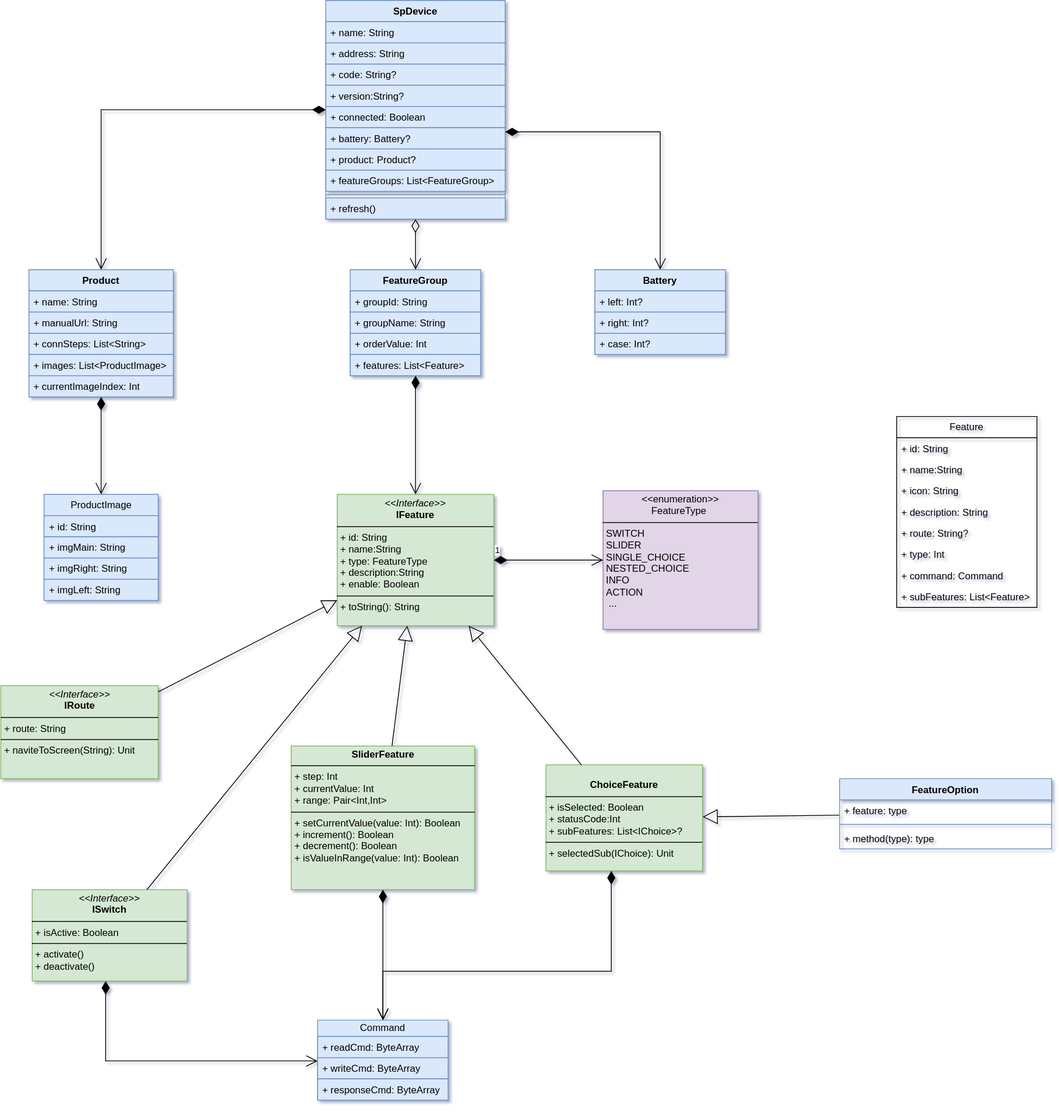
This is sp-device.drawio.svg from kekemao00/draw-libs, a draw.io export, as it was before one commit. Source tidied: cells renumbered, new cells last; positions are measured from the earlier drawing's top-left corner, leaving out a move shared by most shapes.
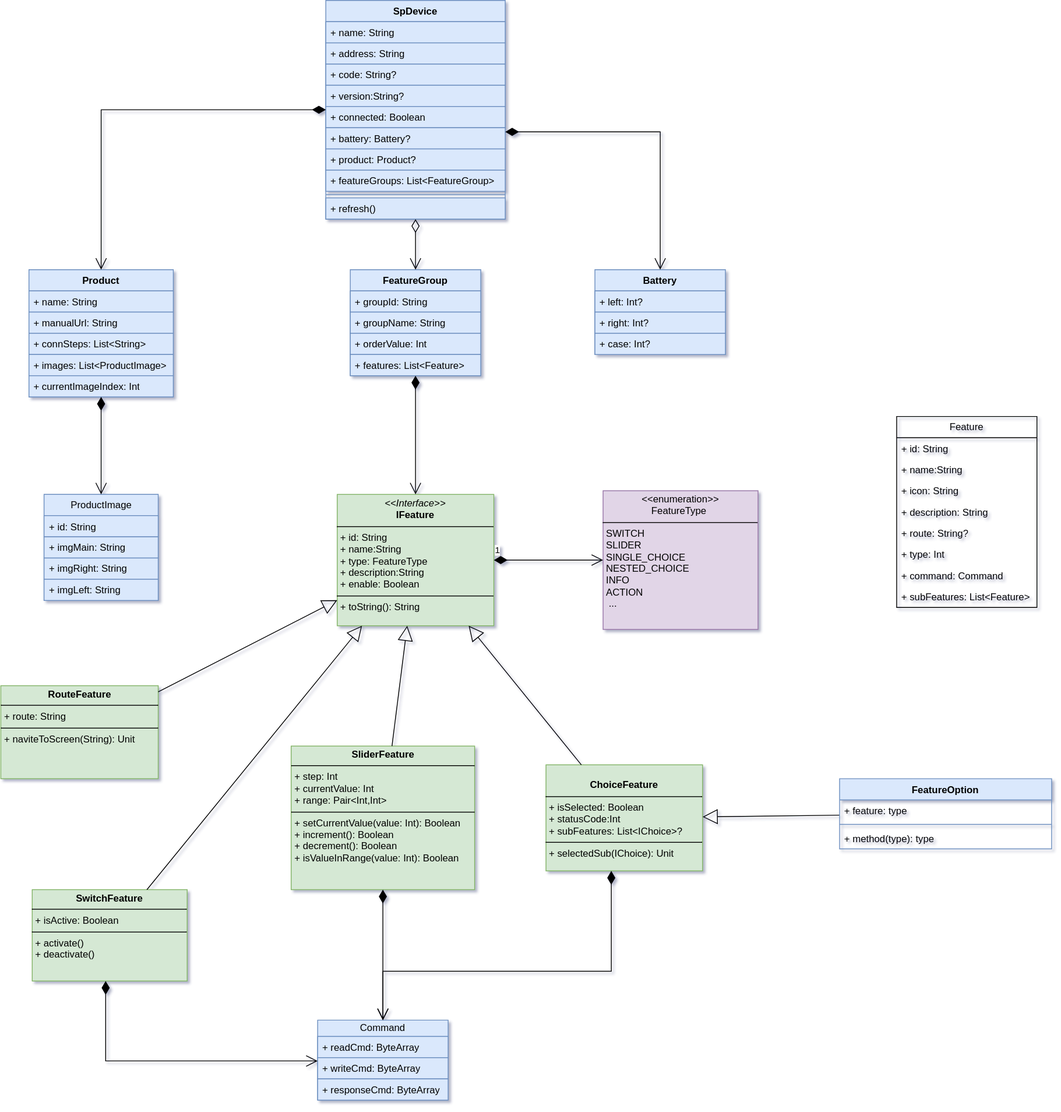
After the change.

What changed in the source:
```diff
@@ -137,13 +137,13 @@
     <mxCell id="46" value="&lt;p style=&quot;margin:0px;margin-top:4px;text-align:center;&quot;&gt;&lt;i&gt;&amp;lt;&amp;lt;Interface&amp;gt;&amp;gt;&lt;/i&gt;&lt;br&gt;&lt;b&gt;IFeature&lt;/b&gt;&lt;/p&gt;&lt;hr size=&quot;1&quot; style=&quot;border-style:solid;&quot;&gt;&lt;p style=&quot;margin:0px;margin-left:4px;&quot;&gt;+ id: String&lt;br&gt;+ name:String&lt;br&gt;+ type:&amp;nbsp;&lt;span style=&quot;text-align: center;&quot;&gt;FeatureType&amp;nbsp;&lt;/span&gt;&lt;br&gt;+ description:String&lt;br&gt;+&amp;nbsp;enable: Boolean&lt;/p&gt;&lt;hr size=&quot;1&quot; style=&quot;border-style:solid;&quot;&gt;&lt;p style=&quot;margin:0px;margin-left:4px;&quot;&gt;+ toString(): String&lt;br&gt;&lt;/p&gt;" style="verticalAlign=top;align=left;overflow=fill;html=1;whiteSpace=wrap;fillColor=#d5e8d4;strokeColor=#82b366;" parent="1" vertex="1">
       <mxGeometry x="412" y="605.5" width="192" height="161" as="geometry" />
     </mxCell>
-    <mxCell id="47" value="&lt;p style=&quot;margin:0px;margin-top:4px;text-align:center;&quot;&gt;&lt;i&gt;&amp;lt;&amp;lt;Interface&amp;gt;&amp;gt;&lt;/i&gt;&lt;br&gt;&lt;b&gt;IRoute&lt;/b&gt;&lt;/p&gt;&lt;hr size=&quot;1&quot; style=&quot;border-style:solid;&quot;&gt;&lt;p style=&quot;margin:0px;margin-left:4px;&quot;&gt;+ route: String&lt;/p&gt;&lt;hr size=&quot;1&quot; style=&quot;border-style:solid;&quot;&gt;&lt;p style=&quot;margin:0px;margin-left:4px;&quot;&gt;+ naviteToScreen(String): Unit&lt;br&gt;&lt;/p&gt;" style="verticalAlign=top;align=left;overflow=fill;html=1;whiteSpace=wrap;fillColor=#d5e8d4;strokeColor=#82b366;" parent="1" vertex="1">
+    <mxCell id="47" value="&lt;p style=&quot;margin:0px;margin-top:4px;text-align:center;&quot;&gt;&lt;b&gt;RouteFeature&lt;/b&gt;&lt;/p&gt;&lt;hr size=&quot;1&quot; style=&quot;border-style:solid;&quot;&gt;&lt;p style=&quot;margin:0px;margin-left:4px;&quot;&gt;+ route: String&lt;/p&gt;&lt;hr size=&quot;1&quot; style=&quot;border-style:solid;&quot;&gt;&lt;p style=&quot;margin:0px;margin-left:4px;&quot;&gt;+ naviteToScreen(String): Unit&lt;br&gt;&lt;/p&gt;" style="verticalAlign=top;align=left;overflow=fill;html=1;whiteSpace=wrap;fillColor=#d5e8d4;strokeColor=#82b366;" parent="1" vertex="1">
       <mxGeometry x="-0.5" y="840" width="193" height="114" as="geometry" />
     </mxCell>
     <mxCell id="48" value="&lt;p style=&quot;margin:0px;margin-top:4px;text-align:center;&quot;&gt;&lt;br&gt;&lt;b&gt;ChoiceFeature&lt;/b&gt;&lt;/p&gt;&lt;hr size=&quot;1&quot; style=&quot;border-style:solid;&quot;&gt;&lt;p style=&quot;margin:0px;margin-left:4px;&quot;&gt;+ isSelected: Boolean&lt;br&gt;+ statusCode:Int&lt;br&gt;+ subFeatures: List&amp;lt;IChoice&amp;gt;?&lt;/p&gt;&lt;hr size=&quot;1&quot; style=&quot;border-style:solid;&quot;&gt;&lt;p style=&quot;margin:0px;margin-left:4px;&quot;&gt;+ selectedSub(IChoice): Unit&lt;br&gt;&lt;/p&gt;" style="verticalAlign=top;align=left;overflow=fill;html=1;whiteSpace=wrap;fillColor=#d5e8d4;strokeColor=#82b366;" parent="1" vertex="1">
       <mxGeometry x="668" y="937" width="192" height="130" as="geometry" />
     </mxCell>
-    <mxCell id="49" value="&lt;p style=&quot;margin:0px;margin-top:4px;text-align:center;&quot;&gt;&lt;i&gt;&amp;lt;&amp;lt;Interface&amp;gt;&amp;gt;&lt;/i&gt;&lt;br&gt;&lt;b&gt;ISwitch&lt;/b&gt;&lt;/p&gt;&lt;hr size=&quot;1&quot; style=&quot;border-style:solid;&quot;&gt;&lt;p style=&quot;margin:0px;margin-left:4px;&quot;&gt;+ isActive: Boolean&lt;br&gt;&lt;/p&gt;&lt;hr size=&quot;1&quot; style=&quot;border-style:solid;&quot;&gt;&lt;p style=&quot;margin:0px;margin-left:4px;&quot;&gt;+ activate()&lt;br&gt;+ deactivate()&lt;/p&gt;" style="verticalAlign=top;align=left;overflow=fill;html=1;whiteSpace=wrap;fillColor=#d5e8d4;strokeColor=#82b366;" parent="1" vertex="1">
+    <mxCell id="49" value="&lt;p style=&quot;margin:0px;margin-top:4px;text-align:center;&quot;&gt;&lt;b&gt;SwitchFeature&lt;/b&gt;&lt;/p&gt;&lt;hr size=&quot;1&quot; style=&quot;border-style:solid;&quot;&gt;&lt;p style=&quot;margin:0px;margin-left:4px;&quot;&gt;+ isActive: Boolean&lt;br&gt;&lt;/p&gt;&lt;hr size=&quot;1&quot; style=&quot;border-style:solid;&quot;&gt;&lt;p style=&quot;margin:0px;margin-left:4px;&quot;&gt;+ activate()&lt;br&gt;+ deactivate()&lt;/p&gt;" style="verticalAlign=top;align=left;overflow=fill;html=1;whiteSpace=wrap;fillColor=#d5e8d4;strokeColor=#82b366;" parent="1" vertex="1">
       <mxGeometry x="38" y="1090" width="190" height="112" as="geometry" />
     </mxCell>
     <mxCell id="50" value="&lt;p style=&quot;margin:0px;margin-top:4px;text-align:center;&quot;&gt;&lt;b&gt;SliderFeature&lt;/b&gt;&lt;/p&gt;&lt;hr size=&quot;1&quot; style=&quot;border-style:solid;&quot;&gt;&lt;p style=&quot;margin:0px;margin-left:4px;&quot;&gt;+&amp;nbsp;step: Int&lt;br&gt;+&amp;nbsp;currentValue: Int&lt;br&gt;+ range: Pair&amp;lt;Int,Int&amp;gt;&lt;/p&gt;&lt;hr size=&quot;1&quot; style=&quot;border-style:solid;&quot;&gt;&lt;p style=&quot;margin:0px;margin-left:4px;&quot;&gt;+ setCurrentValue(value: Int): Boolean&lt;/p&gt;&lt;p style=&quot;margin:0px;margin-left:4px;&quot;&gt;+ increment(): Boolean&lt;/p&gt;&lt;p style=&quot;margin:0px;margin-left:4px;&quot;&gt;+ decrement(): Boolean&lt;/p&gt;&lt;p style=&quot;margin:0px;margin-left:4px;&quot;&gt;+ isValueInRange(value: Int): Boolean&lt;/p&gt;" style="verticalAlign=top;align=left;overflow=fill;html=1;whiteSpace=wrap;fillColor=#d5e8d4;strokeColor=#82b366;" parent="1" vertex="1">
```
